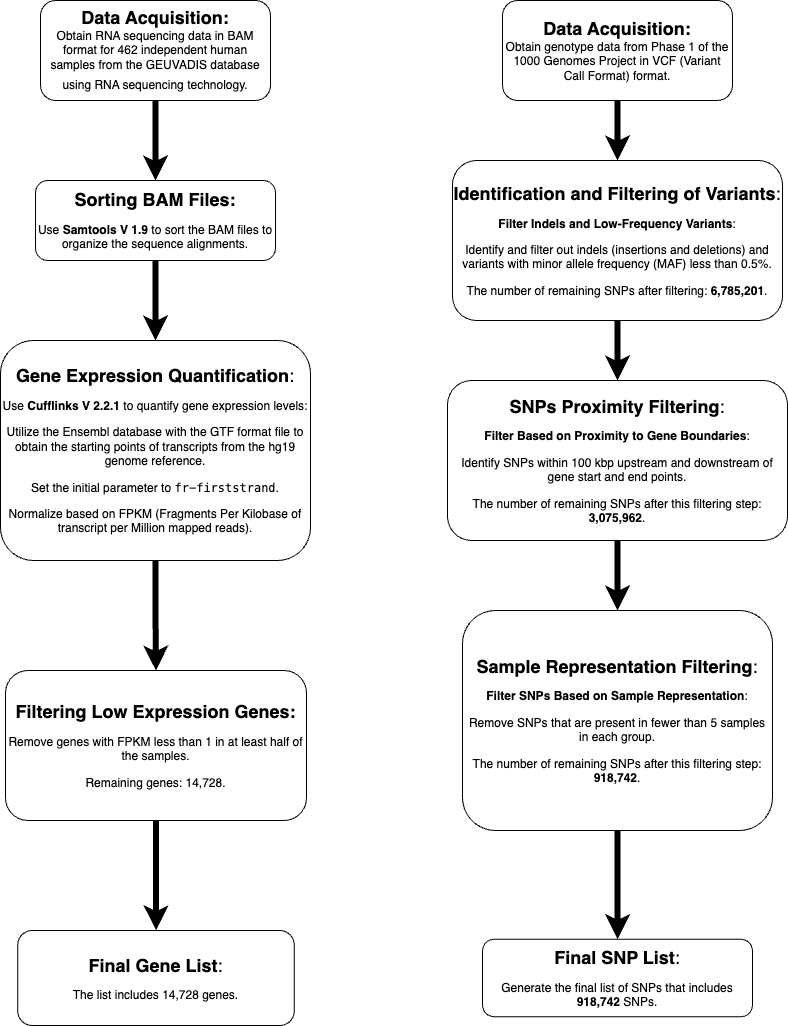
mahshid1373/LLM_APIs keeps this draw.io diagram as Figures/Data_Diagram.drawio.png. Above is the earlier version. Source tidied: cells renumbered, new cells last; positions are measured from the earlier drawing's top-left corner, leaving out a move shared by most shapes. The source it was exported from:
```xml
<mxGraphModel>
  <root>
    <mxCell id="0" />
    <mxCell id="1" parent="0" />
    <mxCell id="2" style="edgeStyle=orthogonalEdgeStyle;rounded=0;jettySize=auto;html=1;strokeWidth=6;" parent="1" edge="1" source="3" target="5">
      <mxGeometry relative="1" as="geometry" />
    </mxCell>
    <mxCell id="3" value="&lt;b&gt;&lt;font style=&quot;font-size: 18px;&quot;&gt;Data Acquisition:&lt;/font&gt;&lt;/b&gt;&lt;div&gt;Obtain RNA sequencing data in BAM format for 462 independent human samples from the GEUVADIS database using RNA sequencing technology.&lt;b&gt;&lt;font style=&quot;font-size: 18px;&quot;&gt;&lt;br&gt;&lt;/font&gt;&lt;/b&gt;&lt;/div&gt;" style="rounded=1;whiteSpace=wrap;html=1;fontSize=12;glass=0;strokeWidth=1;shadow=0;" parent="1" vertex="1">
      <mxGeometry x="40" width="230" height="100" as="geometry" />
    </mxCell>
    <mxCell id="4" style="edgeStyle=orthogonalEdgeStyle;rounded=0;jettySize=auto;html=1;strokeWidth=6;" parent="1" edge="1" source="5" target="7">
      <mxGeometry relative="1" as="geometry" />
    </mxCell>
    <mxCell id="5" value="&lt;p&gt;&lt;b&gt;&lt;font style=&quot;font-size: 18px;&quot;&gt;Sorting BAM Files:&lt;/font&gt;&lt;/b&gt;&lt;/p&gt;&lt;p&gt;&lt;span style=&quot;background-color: initial;&quot;&gt;Use &lt;/span&gt;&lt;strong style=&quot;background-color: initial;&quot;&gt;Samtools V 1.9&lt;/strong&gt;&lt;span style=&quot;background-color: initial;&quot;&gt; to sort the BAM files to organize the sequence alignments.&lt;/span&gt;&lt;/p&gt;" style="rounded=1;whiteSpace=wrap;html=1;glass=0;strokeWidth=1;shadow=0;" parent="1" vertex="1">
      <mxGeometry x="35" y="180" width="240" height="80" as="geometry" />
    </mxCell>
    <mxCell id="6" style="edgeStyle=orthogonalEdgeStyle;rounded=0;jettySize=auto;html=1;strokeWidth=6;" parent="1" edge="1" source="7" target="9">
      <mxGeometry relative="1" as="geometry" />
    </mxCell>
    <mxCell id="7" value="&lt;p&gt;&lt;font style=&quot;font-size: 18px;&quot;&gt;&lt;strong&gt;Gene Expression Quantification&lt;/strong&gt;:&lt;/font&gt;&lt;/p&gt;&lt;p&gt;&lt;span style=&quot;background-color: initial;&quot;&gt;Use &lt;/span&gt;&lt;strong style=&quot;background-color: initial;&quot;&gt;Cufflinks V 2.2.1&lt;/strong&gt;&lt;span style=&quot;background-color: initial;&quot;&gt; to quantify gene expression levels:&lt;/span&gt;&lt;/p&gt;&lt;p&gt;&lt;span style=&quot;background-color: initial;&quot;&gt;Utilize the Ensembl database with the GTF format file to obtain the starting points of transcripts from the hg19 genome reference.&lt;/span&gt;&lt;/p&gt;&lt;p&gt;&lt;span style=&quot;background-color: initial;&quot;&gt;Set the initial parameter to &lt;/span&gt;&lt;code style=&quot;background-color: initial;&quot;&gt;fr-firststrand&lt;/code&gt;&lt;span style=&quot;background-color: initial;&quot;&gt;.&lt;/span&gt;&lt;/p&gt;&lt;p&gt;&lt;span style=&quot;background-color: initial;&quot;&gt;Normalize based on FPKM (Fragments Per Kilobase of transcript per Million mapped reads).&lt;/span&gt;&lt;/p&gt;" style="rounded=1;whiteSpace=wrap;html=1;glass=0;strokeWidth=1;shadow=0;" parent="1" vertex="1">
      <mxGeometry y="340" width="310" height="220" as="geometry" />
    </mxCell>
    <mxCell id="8" style="edgeStyle=orthogonalEdgeStyle;rounded=0;jettySize=auto;html=1;strokeWidth=6;" parent="1" edge="1" source="9" target="10">
      <mxGeometry relative="1" as="geometry" />
    </mxCell>
    <mxCell id="9" value="&lt;p&gt;&lt;b&gt;&lt;font style=&quot;font-size: 18px;&quot;&gt;Filtering Low Expression Genes:&lt;/font&gt;&lt;/b&gt;&lt;/p&gt;&lt;p&gt;&lt;span style=&quot;background-color: initial;&quot;&gt;Remove genes with FPKM less than 1 in at least half of the samples.&lt;/span&gt;&lt;/p&gt;&lt;p&gt;&lt;span style=&quot;background-color: initial;&quot;&gt;Remaining genes: 14,728.&lt;/span&gt;&lt;/p&gt;" style="rounded=1;whiteSpace=wrap;html=1;glass=0;strokeWidth=1;shadow=0;" parent="1" vertex="1">
      <mxGeometry x="5" y="670" width="301" height="150" as="geometry" />
    </mxCell>
    <mxCell id="10" value="&lt;p&gt;&lt;font style=&quot;font-size: 18px;&quot;&gt;&lt;strong&gt;Final Gene List&lt;/strong&gt;:&lt;/font&gt;&lt;/p&gt;&lt;p&gt;&lt;span style=&quot;background-color: initial;&quot;&gt;The list includes 14,728 genes.&lt;/span&gt;&lt;/p&gt;" style="rounded=1;whiteSpace=wrap;html=1;glass=0;strokeWidth=1;shadow=0;" parent="1" vertex="1">
      <mxGeometry x="17.2" y="930" width="276.5" height="95" as="geometry" />
    </mxCell>
    <mxCell id="11" style="edgeStyle=orthogonalEdgeStyle;rounded=0;jettySize=auto;html=1;strokeWidth=6;" parent="1" edge="1" source="12" target="14">
      <mxGeometry relative="1" as="geometry" />
    </mxCell>
    <mxCell id="12" value="&lt;b&gt;&lt;font style=&quot;font-size: 18px;&quot;&gt;Data Acquisition:&lt;/font&gt;&lt;/b&gt;&lt;div&gt;&lt;div&gt;&lt;span style=&quot;background-color: initial;&quot;&gt;Obtain genotype data from Phase 1 of the 1000 Genomes Project in VCF (Variant Call Format) format.&lt;/span&gt;&lt;/div&gt;&lt;/div&gt;" style="rounded=1;whiteSpace=wrap;html=1;fontSize=12;glass=0;strokeWidth=1;shadow=0;" parent="1" vertex="1">
      <mxGeometry x="502" width="230" height="100" as="geometry" />
    </mxCell>
    <mxCell id="13" style="edgeStyle=orthogonalEdgeStyle;rounded=0;jettySize=auto;html=1;strokeWidth=6;" parent="1" edge="1" source="14" target="16">
      <mxGeometry relative="1" as="geometry" />
    </mxCell>
    <mxCell id="14" value="&lt;p&gt;&lt;font style=&quot;font-size: 18px;&quot;&gt;&lt;strong&gt;Identification and Filtering of Variants&lt;/strong&gt;:&lt;/font&gt;&lt;/p&gt;&lt;p&gt;&lt;strong style=&quot;background-color: initial;&quot;&gt;Filter Indels and Low-Frequency Variants&lt;/strong&gt;&lt;span style=&quot;background-color: initial;&quot;&gt;:&lt;/span&gt;&lt;/p&gt;&lt;p&gt;&lt;span style=&quot;background-color: initial;&quot;&gt;Identify and filter out indels (insertions and deletions) and variants with minor allele frequency (MAF) less than 0.5%.&lt;/span&gt;&lt;/p&gt;&lt;p&gt;&lt;span style=&quot;background-color: initial;&quot;&gt;The number of remaining SNPs after filtering: &lt;/span&gt;&lt;strong style=&quot;background-color: initial;&quot;&gt;6,785,201&lt;/strong&gt;&lt;span style=&quot;background-color: initial;&quot;&gt;.&lt;/span&gt;&lt;/p&gt;" style="rounded=1;whiteSpace=wrap;html=1;glass=0;strokeWidth=1;shadow=0;" parent="1" vertex="1">
      <mxGeometry x="452" y="160" width="330" height="160" as="geometry" />
    </mxCell>
    <mxCell id="15" style="edgeStyle=orthogonalEdgeStyle;rounded=0;jettySize=auto;html=1;strokeWidth=6;" parent="1" edge="1" source="16" target="18">
      <mxGeometry relative="1" as="geometry" />
    </mxCell>
    <mxCell id="16" value="&lt;p&gt;&lt;font style=&quot;font-size: 18px;&quot;&gt;&lt;strong&gt;SNPs Proximity Filtering&lt;/strong&gt;:&lt;/font&gt;&lt;/p&gt;&lt;p&gt;&lt;strong style=&quot;background-color: initial;&quot;&gt;Filter Based on Proximity to Gene Boundaries&lt;/strong&gt;&lt;span style=&quot;background-color: initial;&quot;&gt;:&lt;/span&gt;&lt;/p&gt;&lt;p&gt;&lt;span style=&quot;background-color: initial;&quot;&gt;Identify SNPs within 100 kbp upstream and downstream of gene start and end points.&lt;/span&gt;&lt;/p&gt;&lt;p&gt;&lt;span style=&quot;background-color: initial;&quot;&gt;The number of remaining SNPs after this filtering step: &lt;/span&gt;&lt;strong style=&quot;background-color: initial;&quot;&gt;3,075,962&lt;/strong&gt;&lt;span style=&quot;background-color: initial;&quot;&gt;.&lt;/span&gt;&lt;/p&gt;" style="rounded=1;whiteSpace=wrap;html=1;glass=0;strokeWidth=1;shadow=0;" parent="1" vertex="1">
      <mxGeometry x="447" y="380" width="340" height="160" as="geometry" />
    </mxCell>
    <mxCell id="17" style="edgeStyle=orthogonalEdgeStyle;rounded=0;jettySize=auto;html=1;strokeWidth=6;" parent="1" edge="1" source="18" target="19">
      <mxGeometry relative="1" as="geometry" />
    </mxCell>
    <mxCell id="18" value="&lt;p&gt;&lt;font style=&quot;font-size: 18px;&quot;&gt;&lt;strong&gt;Sample Representation Filtering&lt;/strong&gt;:&lt;/font&gt;&lt;/p&gt;&lt;p&gt;&lt;strong style=&quot;background-color: initial;&quot;&gt;Filter SNPs Based on Sample Representation&lt;/strong&gt;&lt;span style=&quot;background-color: initial;&quot;&gt;:&lt;/span&gt;&lt;/p&gt;&lt;p&gt;&lt;span style=&quot;background-color: initial;&quot;&gt;Remove SNPs that are present in fewer than 5 samples in each group.&lt;/span&gt;&lt;/p&gt;&lt;p&gt;&lt;span style=&quot;background-color: initial;&quot;&gt;The number of remaining SNPs after this filtering step: &lt;/span&gt;&lt;strong style=&quot;background-color: initial;&quot;&gt;918,742&lt;/strong&gt;&lt;span style=&quot;background-color: initial;&quot;&gt;.&lt;/span&gt;&lt;/p&gt;" style="rounded=1;whiteSpace=wrap;html=1;glass=0;strokeWidth=1;shadow=0;" parent="1" vertex="1">
      <mxGeometry x="462" y="610" width="310" height="220" as="geometry" />
    </mxCell>
    <mxCell id="19" value="&lt;p&gt;&lt;font style=&quot;font-size: 18px;&quot;&gt;&lt;strong&gt;Final SNP List&lt;/strong&gt;:&lt;/font&gt;&lt;/p&gt;&lt;p&gt;&lt;span style=&quot;background-color: initial;&quot;&gt;Generate the final list of SNPs that includes &lt;/span&gt;&lt;strong style=&quot;background-color: initial;&quot;&gt;918,742&lt;/strong&gt;&lt;span style=&quot;background-color: initial;&quot;&gt; SNPs.&lt;/span&gt;&lt;/p&gt;" style="rounded=1;whiteSpace=wrap;html=1;glass=0;strokeWidth=1;shadow=0;" parent="1" vertex="1">
      <mxGeometry x="482" y="938.8" width="270" height="77.5" as="geometry" />
    </mxCell>
  </root>
</mxGraphModel>
```
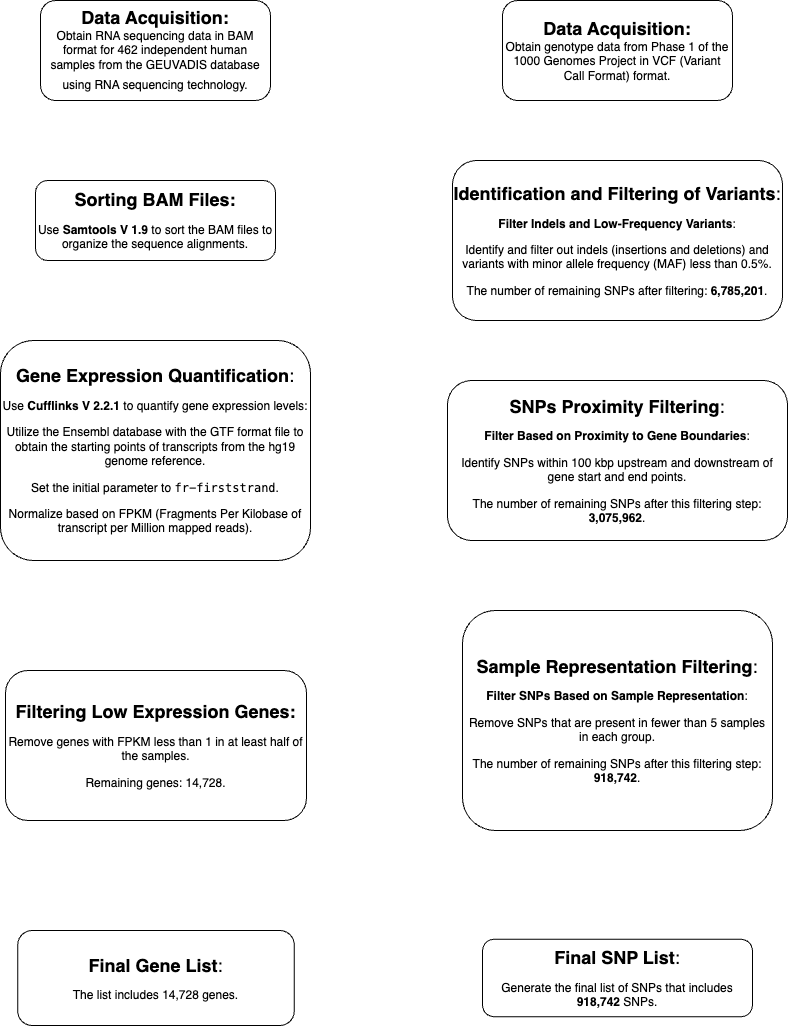
The same diagram one commit later.

Change to the diagram source:
```diff
@@ -2,25 +2,25 @@
   <root>
     <mxCell id="0" />
     <mxCell id="1" parent="0" />
-    <mxCell id="2" style="edgeStyle=orthogonalEdgeStyle;rounded=0;jettySize=auto;html=1;strokeWidth=6;" parent="1" edge="1" source="3" target="5">
+    <mxCell id="2" style="edgeStyle=orthogonalEdgeStyle;rounded=0;jettySize=auto;html=1;strokeWidth=6;strokeColor=#FFFFFF;" parent="1" edge="1" source="3" target="5">
       <mxGeometry relative="1" as="geometry" />
     </mxCell>
     <mxCell id="3" value="&lt;b&gt;&lt;font style=&quot;font-size: 18px;&quot;&gt;Data Acquisition:&lt;/font&gt;&lt;/b&gt;&lt;div&gt;Obtain RNA sequencing data in BAM format for 462 independent human samples from the GEUVADIS database using RNA sequencing technology.&lt;b&gt;&lt;font style=&quot;font-size: 18px;&quot;&gt;&lt;br&gt;&lt;/font&gt;&lt;/b&gt;&lt;/div&gt;" style="rounded=1;whiteSpace=wrap;html=1;fontSize=12;glass=0;strokeWidth=1;shadow=0;" parent="1" vertex="1">
       <mxGeometry x="40" width="230" height="100" as="geometry" />
     </mxCell>
-    <mxCell id="4" style="edgeStyle=orthogonalEdgeStyle;rounded=0;jettySize=auto;html=1;strokeWidth=6;" parent="1" edge="1" source="5" target="7">
+    <mxCell id="4" style="edgeStyle=orthogonalEdgeStyle;rounded=0;jettySize=auto;html=1;strokeWidth=6;strokeColor=#FFFFFF;" parent="1" edge="1" source="5" target="7">
       <mxGeometry relative="1" as="geometry" />
     </mxCell>
     <mxCell id="5" value="&lt;p&gt;&lt;b&gt;&lt;font style=&quot;font-size: 18px;&quot;&gt;Sorting BAM Files:&lt;/font&gt;&lt;/b&gt;&lt;/p&gt;&lt;p&gt;&lt;span style=&quot;background-color: initial;&quot;&gt;Use &lt;/span&gt;&lt;strong style=&quot;background-color: initial;&quot;&gt;Samtools V 1.9&lt;/strong&gt;&lt;span style=&quot;background-color: initial;&quot;&gt; to sort the BAM files to organize the sequence alignments.&lt;/span&gt;&lt;/p&gt;" style="rounded=1;whiteSpace=wrap;html=1;glass=0;strokeWidth=1;shadow=0;" parent="1" vertex="1">
       <mxGeometry x="35" y="180" width="240" height="80" as="geometry" />
     </mxCell>
-    <mxCell id="6" style="edgeStyle=orthogonalEdgeStyle;rounded=0;jettySize=auto;html=1;strokeWidth=6;" parent="1" edge="1" source="7" target="9">
+    <mxCell id="6" style="edgeStyle=orthogonalEdgeStyle;rounded=0;jettySize=auto;html=1;strokeWidth=6;strokeColor=#FFFFFF;" parent="1" edge="1" source="7" target="9">
       <mxGeometry relative="1" as="geometry" />
     </mxCell>
     <mxCell id="7" value="&lt;p&gt;&lt;font style=&quot;font-size: 18px;&quot;&gt;&lt;strong&gt;Gene Expression Quantification&lt;/strong&gt;:&lt;/font&gt;&lt;/p&gt;&lt;p&gt;&lt;span style=&quot;background-color: initial;&quot;&gt;Use &lt;/span&gt;&lt;strong style=&quot;background-color: initial;&quot;&gt;Cufflinks V 2.2.1&lt;/strong&gt;&lt;span style=&quot;background-color: initial;&quot;&gt; to quantify gene expression levels:&lt;/span&gt;&lt;/p&gt;&lt;p&gt;&lt;span style=&quot;background-color: initial;&quot;&gt;Utilize the Ensembl database with the GTF format file to obtain the starting points of transcripts from the hg19 genome reference.&lt;/span&gt;&lt;/p&gt;&lt;p&gt;&lt;span style=&quot;background-color: initial;&quot;&gt;Set the initial parameter to &lt;/span&gt;&lt;code style=&quot;background-color: initial;&quot;&gt;fr-firststrand&lt;/code&gt;&lt;span style=&quot;background-color: initial;&quot;&gt;.&lt;/span&gt;&lt;/p&gt;&lt;p&gt;&lt;span style=&quot;background-color: initial;&quot;&gt;Normalize based on FPKM (Fragments Per Kilobase of transcript per Million mapped reads).&lt;/span&gt;&lt;/p&gt;" style="rounded=1;whiteSpace=wrap;html=1;glass=0;strokeWidth=1;shadow=0;" parent="1" vertex="1">
       <mxGeometry y="340" width="310" height="220" as="geometry" />
     </mxCell>
-    <mxCell id="8" style="edgeStyle=orthogonalEdgeStyle;rounded=0;jettySize=auto;html=1;strokeWidth=6;" parent="1" edge="1" source="9" target="10">
+    <mxCell id="8" style="edgeStyle=orthogonalEdgeStyle;rounded=0;jettySize=auto;html=1;strokeWidth=6;strokeColor=#FFFFFF;" parent="1" edge="1" source="9" target="10">
       <mxGeometry relative="1" as="geometry" />
     </mxCell>
     <mxCell id="9" value="&lt;p&gt;&lt;b&gt;&lt;font style=&quot;font-size: 18px;&quot;&gt;Filtering Low Expression Genes:&lt;/font&gt;&lt;/b&gt;&lt;/p&gt;&lt;p&gt;&lt;span style=&quot;background-color: initial;&quot;&gt;Remove genes with FPKM less than 1 in at least half of the samples.&lt;/span&gt;&lt;/p&gt;&lt;p&gt;&lt;span style=&quot;background-color: initial;&quot;&gt;Remaining genes: 14,728.&lt;/span&gt;&lt;/p&gt;" style="rounded=1;whiteSpace=wrap;html=1;glass=0;strokeWidth=1;shadow=0;" parent="1" vertex="1">
@@ -29,25 +29,25 @@
     <mxCell id="10" value="&lt;p&gt;&lt;font style=&quot;font-size: 18px;&quot;&gt;&lt;strong&gt;Final Gene List&lt;/strong&gt;:&lt;/font&gt;&lt;/p&gt;&lt;p&gt;&lt;span style=&quot;background-color: initial;&quot;&gt;The list includes 14,728 genes.&lt;/span&gt;&lt;/p&gt;" style="rounded=1;whiteSpace=wrap;html=1;glass=0;strokeWidth=1;shadow=0;" parent="1" vertex="1">
       <mxGeometry x="17.2" y="930" width="276.5" height="95" as="geometry" />
     </mxCell>
-    <mxCell id="11" style="edgeStyle=orthogonalEdgeStyle;rounded=0;jettySize=auto;html=1;strokeWidth=6;" parent="1" edge="1" source="12" target="14">
+    <mxCell id="11" style="edgeStyle=orthogonalEdgeStyle;rounded=0;jettySize=auto;html=1;strokeWidth=6;strokeColor=#FFFFFF;" parent="1" edge="1" source="12" target="14">
       <mxGeometry relative="1" as="geometry" />
     </mxCell>
     <mxCell id="12" value="&lt;b&gt;&lt;font style=&quot;font-size: 18px;&quot;&gt;Data Acquisition:&lt;/font&gt;&lt;/b&gt;&lt;div&gt;&lt;div&gt;&lt;span style=&quot;background-color: initial;&quot;&gt;Obtain genotype data from Phase 1 of the 1000 Genomes Project in VCF (Variant Call Format) format.&lt;/span&gt;&lt;/div&gt;&lt;/div&gt;" style="rounded=1;whiteSpace=wrap;html=1;fontSize=12;glass=0;strokeWidth=1;shadow=0;" parent="1" vertex="1">
       <mxGeometry x="502" width="230" height="100" as="geometry" />
     </mxCell>
-    <mxCell id="13" style="edgeStyle=orthogonalEdgeStyle;rounded=0;jettySize=auto;html=1;strokeWidth=6;" parent="1" edge="1" source="14" target="16">
+    <mxCell id="13" style="edgeStyle=orthogonalEdgeStyle;rounded=0;jettySize=auto;html=1;strokeWidth=6;strokeColor=#FFFFFF;" parent="1" edge="1" source="14" target="16">
       <mxGeometry relative="1" as="geometry" />
     </mxCell>
     <mxCell id="14" value="&lt;p&gt;&lt;font style=&quot;font-size: 18px;&quot;&gt;&lt;strong&gt;Identification and Filtering of Variants&lt;/strong&gt;:&lt;/font&gt;&lt;/p&gt;&lt;p&gt;&lt;strong style=&quot;background-color: initial;&quot;&gt;Filter Indels and Low-Frequency Variants&lt;/strong&gt;&lt;span style=&quot;background-color: initial;&quot;&gt;:&lt;/span&gt;&lt;/p&gt;&lt;p&gt;&lt;span style=&quot;background-color: initial;&quot;&gt;Identify and filter out indels (insertions and deletions) and variants with minor allele frequency (MAF) less than 0.5%.&lt;/span&gt;&lt;/p&gt;&lt;p&gt;&lt;span style=&quot;background-color: initial;&quot;&gt;The number of remaining SNPs after filtering: &lt;/span&gt;&lt;strong style=&quot;background-color: initial;&quot;&gt;6,785,201&lt;/strong&gt;&lt;span style=&quot;background-color: initial;&quot;&gt;.&lt;/span&gt;&lt;/p&gt;" style="rounded=1;whiteSpace=wrap;html=1;glass=0;strokeWidth=1;shadow=0;" parent="1" vertex="1">
       <mxGeometry x="452" y="160" width="330" height="160" as="geometry" />
     </mxCell>
-    <mxCell id="15" style="edgeStyle=orthogonalEdgeStyle;rounded=0;jettySize=auto;html=1;strokeWidth=6;" parent="1" edge="1" source="16" target="18">
+    <mxCell id="15" style="edgeStyle=orthogonalEdgeStyle;rounded=0;jettySize=auto;html=1;strokeWidth=6;strokeColor=#FFFFFF;" parent="1" edge="1" source="16" target="18">
       <mxGeometry relative="1" as="geometry" />
     </mxCell>
     <mxCell id="16" value="&lt;p&gt;&lt;font style=&quot;font-size: 18px;&quot;&gt;&lt;strong&gt;SNPs Proximity Filtering&lt;/strong&gt;:&lt;/font&gt;&lt;/p&gt;&lt;p&gt;&lt;strong style=&quot;background-color: initial;&quot;&gt;Filter Based on Proximity to Gene Boundaries&lt;/strong&gt;&lt;span style=&quot;background-color: initial;&quot;&gt;:&lt;/span&gt;&lt;/p&gt;&lt;p&gt;&lt;span style=&quot;background-color: initial;&quot;&gt;Identify SNPs within 100 kbp upstream and downstream of gene start and end points.&lt;/span&gt;&lt;/p&gt;&lt;p&gt;&lt;span style=&quot;background-color: initial;&quot;&gt;The number of remaining SNPs after this filtering step: &lt;/span&gt;&lt;strong style=&quot;background-color: initial;&quot;&gt;3,075,962&lt;/strong&gt;&lt;span style=&quot;background-color: initial;&quot;&gt;.&lt;/span&gt;&lt;/p&gt;" style="rounded=1;whiteSpace=wrap;html=1;glass=0;strokeWidth=1;shadow=0;" parent="1" vertex="1">
       <mxGeometry x="447" y="380" width="340" height="160" as="geometry" />
     </mxCell>
-    <mxCell id="17" style="edgeStyle=orthogonalEdgeStyle;rounded=0;jettySize=auto;html=1;strokeWidth=6;" parent="1" edge="1" source="18" target="19">
+    <mxCell id="17" style="edgeStyle=orthogonalEdgeStyle;rounded=0;jettySize=auto;html=1;strokeWidth=6;strokeColor=#FFFFFF;" parent="1" edge="1" source="18" target="19">
       <mxGeometry relative="1" as="geometry" />
     </mxCell>
     <mxCell id="18" value="&lt;p&gt;&lt;font style=&quot;font-size: 18px;&quot;&gt;&lt;strong&gt;Sample Representation Filtering&lt;/strong&gt;:&lt;/font&gt;&lt;/p&gt;&lt;p&gt;&lt;strong style=&quot;background-color: initial;&quot;&gt;Filter SNPs Based on Sample Representation&lt;/strong&gt;&lt;span style=&quot;background-color: initial;&quot;&gt;:&lt;/span&gt;&lt;/p&gt;&lt;p&gt;&lt;span style=&quot;background-color: initial;&quot;&gt;Remove SNPs that are present in fewer than 5 samples in each group.&lt;/span&gt;&lt;/p&gt;&lt;p&gt;&lt;span style=&quot;background-color: initial;&quot;&gt;The number of remaining SNPs after this filtering step: &lt;/span&gt;&lt;strong style=&quot;background-color: initial;&quot;&gt;918,742&lt;/strong&gt;&lt;span style=&quot;background-color: initial;&quot;&gt;.&lt;/span&gt;&lt;/p&gt;" style="rounded=1;whiteSpace=wrap;html=1;glass=0;strokeWidth=1;shadow=0;" parent="1" vertex="1">
```
